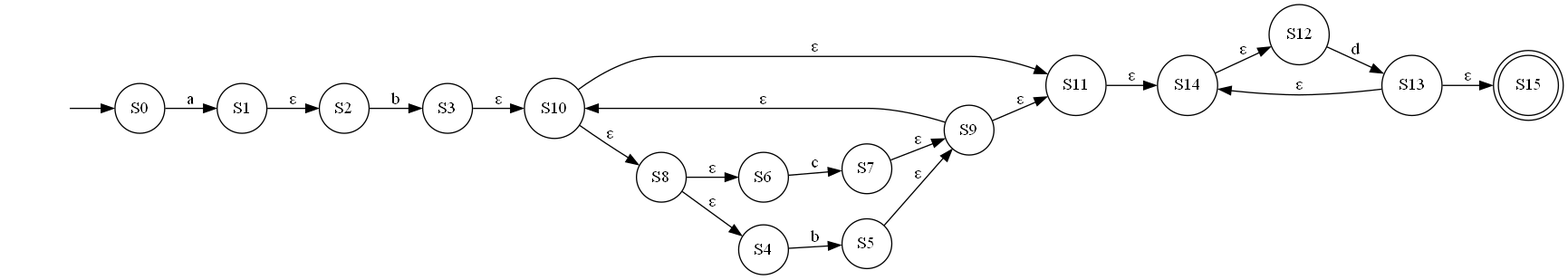
This is NFA.gv.png from youssefhassan01/Compilers_Assignment, a Graphviz export, as it was before one commit. Its source is kept beside it as NFA.gv.
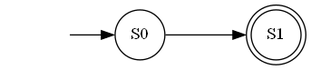
After the commit.

Diff of the diagram source:
```diff
@@ -1,40 +1,8 @@
 digraph NFA {
 	graph [rankdir=LR]
 	"" [label="" shape=plaintext]
-	S15 [label=S15 shape=doublecircle]
-	S9 [label=S9 shape=circle]
-	S7 [label=S7 shape=circle]
-	S14 [label=S14 shape=circle]
-	S10 [label=S10 shape=circle]
-	S4 [label=S4 shape=circle]
-	S11 [label=S11 shape=circle]
-	S13 [label=S13 shape=circle]
-	S5 [label=S5 shape=circle]
-	S2 [label=S2 shape=circle]
+	S1 [label=S1 shape=doublecircle]
 	S0 [label=S0 shape=circle]
-	S6 [label=S6 shape=circle]
-	S3 [label=S3 shape=circle]
-	S8 [label=S8 shape=circle]
-	S1 [label=S1 shape=circle]
-	S12 [label=S12 shape=circle]
 	"" -> S0 [label=""]
-	S0 -> S1 [label=a]
-	S1 -> S2 [label="ε"]
-	S2 -> S3 [label=b]
-	S3 -> S10 [label="ε"]
-	S4 -> S5 [label=b]
-	S5 -> S9 [label="ε"]
-	S6 -> S7 [label=c]
-	S7 -> S9 [label="ε"]
-	S8 -> S4 [label="ε"]
-	S8 -> S6 [label="ε"]
-	S9 -> S10 [label="ε"]
-	S9 -> S11 [label="ε"]
-	S10 -> S8 [label="ε"]
-	S10 -> S11 [label="ε"]
-	S11 -> S14 [label="ε"]
-	S12 -> S13 [label=d]
-	S13 -> S15 [label="ε"]
-	S13 -> S14 [label="ε"]
-	S14 -> S12 [label="ε"]
+	S0 -> S1 [label="	"]
 }
```
